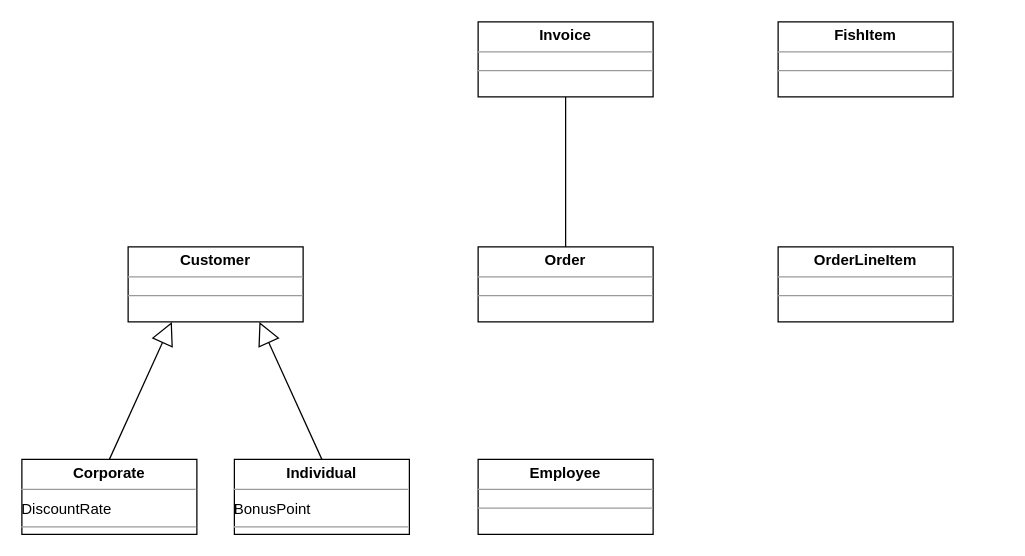
Before: page "Qns1Ans" (2 of 3) of Untitled Diagram.drawio in darwin098/SEP-Tutorial-2, a draw.io diagram. Source tidied: cells renumbered, new cells numbered last; positions are measured from the earlier drawing's top-left corner, leaving out a move shared by most shapes. Both pictures are drawn from the tidied source at 125%, with x=0, y=0 at pixel (21, 21).
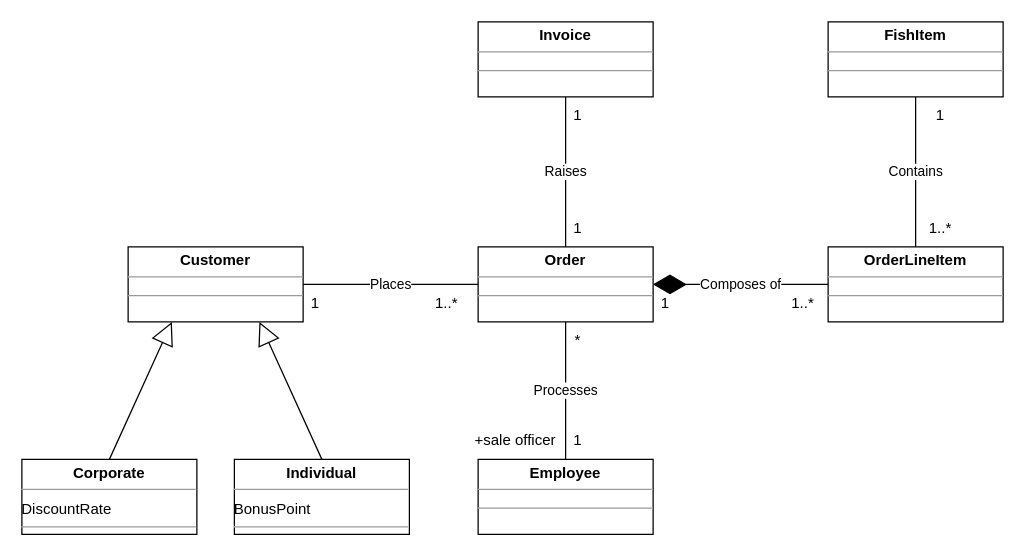
After the change.

Unchanged cells that the change refers to:
```xml
<mxCell id="2" value="&lt;p style=&quot;margin:0px;margin-top:4px;text-align:center;&quot;&gt;&lt;b&gt;Invoice&lt;/b&gt;&lt;/p&gt;&lt;hr size=&quot;1&quot;&gt;&lt;div style=&quot;height:2px;&quot;&gt;&lt;/div&gt;&lt;hr size=&quot;1&quot;&gt;&lt;div style=&quot;height:2px;&quot;&gt;&lt;/div&gt;" style="verticalAlign=top;align=left;overflow=fill;fontSize=12;fontFamily=Helvetica;html=1;" parent="1" vertex="1">
  <mxGeometry x="365" width="140" height="60" as="geometry" />
</mxCell>
<mxCell id="3" value="&lt;p style=&quot;margin:0px;margin-top:4px;text-align:center;&quot;&gt;&lt;b&gt;Order&lt;/b&gt;&lt;/p&gt;&lt;hr size=&quot;1&quot;&gt;&lt;div style=&quot;height:2px;&quot;&gt;&lt;/div&gt;&lt;hr size=&quot;1&quot;&gt;&lt;div style=&quot;height:2px;&quot;&gt;&lt;/div&gt;" style="verticalAlign=top;align=left;overflow=fill;fontSize=12;fontFamily=Helvetica;html=1;" parent="1" vertex="1">
  <mxGeometry x="365" y="180" width="140" height="60" as="geometry" />
</mxCell>
<mxCell id="4" value="&lt;p style=&quot;margin:0px;margin-top:4px;text-align:center;&quot;&gt;&lt;b&gt;Customer&lt;/b&gt;&lt;/p&gt;&lt;hr size=&quot;1&quot;&gt;&lt;div style=&quot;height:2px;&quot;&gt;&lt;/div&gt;&lt;hr size=&quot;1&quot;&gt;&lt;div style=&quot;height:2px;&quot;&gt;&lt;/div&gt;" style="verticalAlign=top;align=left;overflow=fill;fontSize=12;fontFamily=Helvetica;html=1;" parent="1" vertex="1">
  <mxGeometry x="85" y="180" width="140" height="60" as="geometry" />
</mxCell>
<mxCell id="7" value="&lt;p style=&quot;margin:0px;margin-top:4px;text-align:center;&quot;&gt;&lt;b&gt;Employee&lt;/b&gt;&lt;/p&gt;&lt;hr size=&quot;1&quot;&gt;&lt;div style=&quot;height:2px;&quot;&gt;&lt;/div&gt;&lt;hr size=&quot;1&quot;&gt;&lt;div style=&quot;height:2px;&quot;&gt;&lt;/div&gt;" style="verticalAlign=top;align=left;overflow=fill;fontSize=12;fontFamily=Helvetica;html=1;" parent="1" vertex="1">
  <mxGeometry x="365" y="350" width="140" height="60" as="geometry" />
</mxCell>
```

Diff of the diagram source:
```diff
@@
     <mxCell id="5" value="&lt;p style=&quot;margin:0px;margin-top:4px;text-align:center;&quot;&gt;&lt;b&gt;OrderLineItem&lt;/b&gt;&lt;/p&gt;&lt;hr size=&quot;1&quot;&gt;&lt;div style=&quot;height:2px;&quot;&gt;&lt;/div&gt;&lt;hr size=&quot;1&quot;&gt;&lt;div style=&quot;height:2px;&quot;&gt;&lt;/div&gt;" style="verticalAlign=top;align=left;overflow=fill;fontSize=12;fontFamily=Helvetica;html=1;" parent="1" vertex="1">
-      <mxGeometry x="605" y="180" width="140" height="60" as="geometry" />
+      <mxGeometry x="645" y="180" width="140" height="60" as="geometry" />
     </mxCell>
     <mxCell id="6" value="&lt;p style=&quot;margin:0px;margin-top:4px;text-align:center;&quot;&gt;&lt;b&gt;FishItem&lt;/b&gt;&lt;/p&gt;&lt;hr size=&quot;1&quot;&gt;&lt;div style=&quot;height:2px;&quot;&gt;&lt;/div&gt;&lt;hr size=&quot;1&quot;&gt;&lt;div style=&quot;height:2px;&quot;&gt;&lt;/div&gt;" style="verticalAlign=top;align=left;overflow=fill;fontSize=12;fontFamily=Helvetica;html=1;" parent="1" vertex="1">
-      <mxGeometry x="605" width="140" height="60" as="geometry" />
+      <mxGeometry x="645" width="140" height="60" as="geometry" />
     </mxCell>
@@
-    <mxCell id="12" style="endArrow=none;html=1;rounded=0;entryX=0.5;entryY=1;entryDx=0;entryDy=0;exitX=0.5;exitY=0;exitDx=0;exitDy=0;" parent="1" edge="1" source="3" target="2">
+    <mxCell id="12" value="Raises" style="endArrow=none;html=1;rounded=0;entryX=0.5;entryY=1;entryDx=0;entryDy=0;exitX=0.5;exitY=0;exitDx=0;exitDy=0;" parent="1" edge="1" source="3" target="2">
       <mxGeometry relative="1" as="geometry" />
     </mxCell>
+    <mxCell id="13" value="Places" style="endArrow=none;html=1;rounded=0;entryX=0;entryY=0.5;entryDx=0;entryDy=0;exitX=1;exitY=0.5;exitDx=0;exitDy=0;" parent="1" edge="1" source="4" target="3">
+      <mxGeometry relative="1" as="geometry" />
+    </mxCell>
+    <mxCell id="14" value="Composes of" style="endArrow=diamondThin;endFill=1;endSize=24;html=1;rounded=0;exitX=0;exitY=0.5;exitDx=0;exitDy=0;entryX=1;entryY=0.5;entryDx=0;entryDy=0;" parent="1" edge="1" source="5" target="3">
+      <mxGeometry relative="1" as="geometry" />
+    </mxCell>
+    <mxCell id="15" value="Contains" style="endArrow=none;html=1;rounded=0;entryX=0.5;entryY=1;entryDx=0;entryDy=0;exitX=0.5;exitY=0;exitDx=0;exitDy=0;" parent="1" edge="1" source="5" target="6">
+      <mxGeometry relative="1" as="geometry" />
+    </mxCell>
+    <mxCell id="16" value="Processes" style="endArrow=none;html=1;rounded=0;entryX=0.5;entryY=1;entryDx=0;entryDy=0;" parent="1" edge="1" source="7" target="3">
+      <mxGeometry relative="1" as="geometry" />
+    </mxCell>
+    <mxCell id="17" value="1" style="text;html=1;strokeColor=none;fillColor=none;align=center;verticalAlign=middle;whiteSpace=wrap;rounded=0;" parent="1" vertex="1">
+      <mxGeometry x="415" y="320" width="60" height="30" as="geometry" />
+    </mxCell>
+    <mxCell id="18" value="*" style="text;html=1;strokeColor=none;fillColor=none;align=center;verticalAlign=middle;whiteSpace=wrap;rounded=0;" parent="1" vertex="1">
+      <mxGeometry x="415" y="240" width="60" height="30" as="geometry" />
+    </mxCell>
+    <mxCell id="19" value="1" style="text;html=1;strokeColor=none;fillColor=none;align=center;verticalAlign=middle;whiteSpace=wrap;rounded=0;" parent="1" vertex="1">
+      <mxGeometry x="205" y="210" width="60" height="30" as="geometry" />
+    </mxCell>
+    <mxCell id="20" value="1..*" style="text;html=1;strokeColor=none;fillColor=none;align=center;verticalAlign=middle;whiteSpace=wrap;rounded=0;" parent="1" vertex="1">
+      <mxGeometry x="310" y="210" width="60" height="30" as="geometry" />
+    </mxCell>
+    <mxCell id="21" value="1" style="text;html=1;strokeColor=none;fillColor=none;align=center;verticalAlign=middle;whiteSpace=wrap;rounded=0;" parent="1" vertex="1">
+      <mxGeometry x="485" y="210" width="60" height="30" as="geometry" />
+    </mxCell>
+    <mxCell id="22" value="1..*" style="text;html=1;strokeColor=none;fillColor=none;align=center;verticalAlign=middle;whiteSpace=wrap;rounded=0;" parent="1" vertex="1">
+      <mxGeometry x="595" y="210" width="60" height="30" as="geometry" />
+    </mxCell>
+    <mxCell id="23" value="1..*" style="text;html=1;strokeColor=none;fillColor=none;align=center;verticalAlign=middle;whiteSpace=wrap;rounded=0;" parent="1" vertex="1">
+      <mxGeometry x="705" y="150" width="60" height="30" as="geometry" />
+    </mxCell>
+    <mxCell id="24" value="1" style="text;html=1;strokeColor=none;fillColor=none;align=center;verticalAlign=middle;whiteSpace=wrap;rounded=0;" parent="1" vertex="1">
+      <mxGeometry x="705" y="60" width="60" height="30" as="geometry" />
+    </mxCell>
+    <mxCell id="25" value="1" style="text;html=1;strokeColor=none;fillColor=none;align=center;verticalAlign=middle;whiteSpace=wrap;rounded=0;" parent="1" vertex="1">
+      <mxGeometry x="415" y="60" width="60" height="30" as="geometry" />
+    </mxCell>
+    <mxCell id="26" value="1" style="text;html=1;strokeColor=none;fillColor=none;align=center;verticalAlign=middle;whiteSpace=wrap;rounded=0;" parent="1" vertex="1">
+      <mxGeometry x="415" y="150" width="60" height="30" as="geometry" />
+    </mxCell>
+    <mxCell id="27" value="+sale officer" style="text;html=1;strokeColor=none;fillColor=none;align=center;verticalAlign=middle;whiteSpace=wrap;rounded=0;" parent="1" vertex="1">
+      <mxGeometry x="355" y="320" width="80" height="30" as="geometry" />
+    </mxCell>
```
